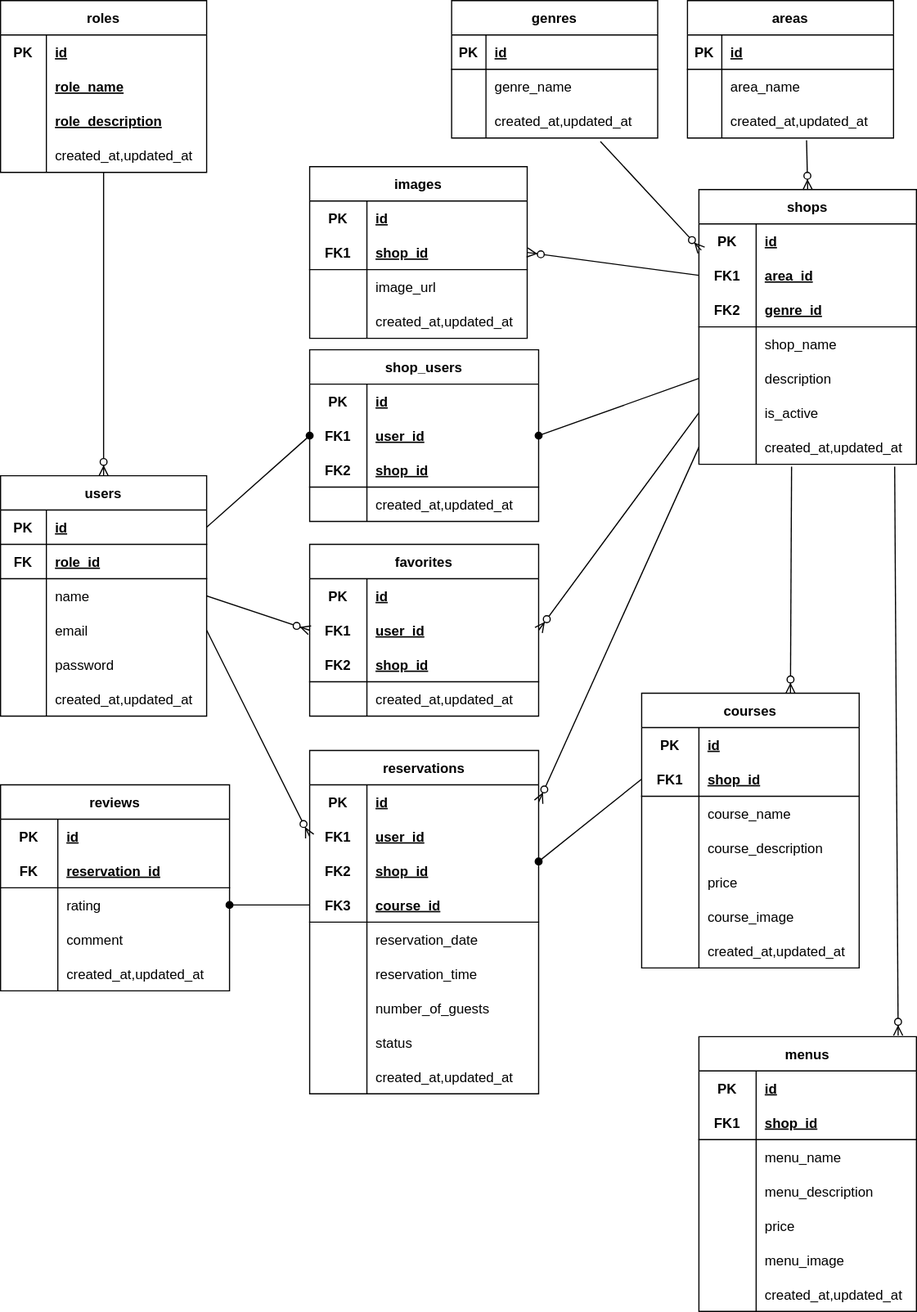
Above: er.drawio.svg in fujico23/rese-system (draw.io), before the change. Source tidied: cells renumbered, new cells last; positions are measured from the earlier drawing's top-left corner, leaving out a move shared by most shapes.
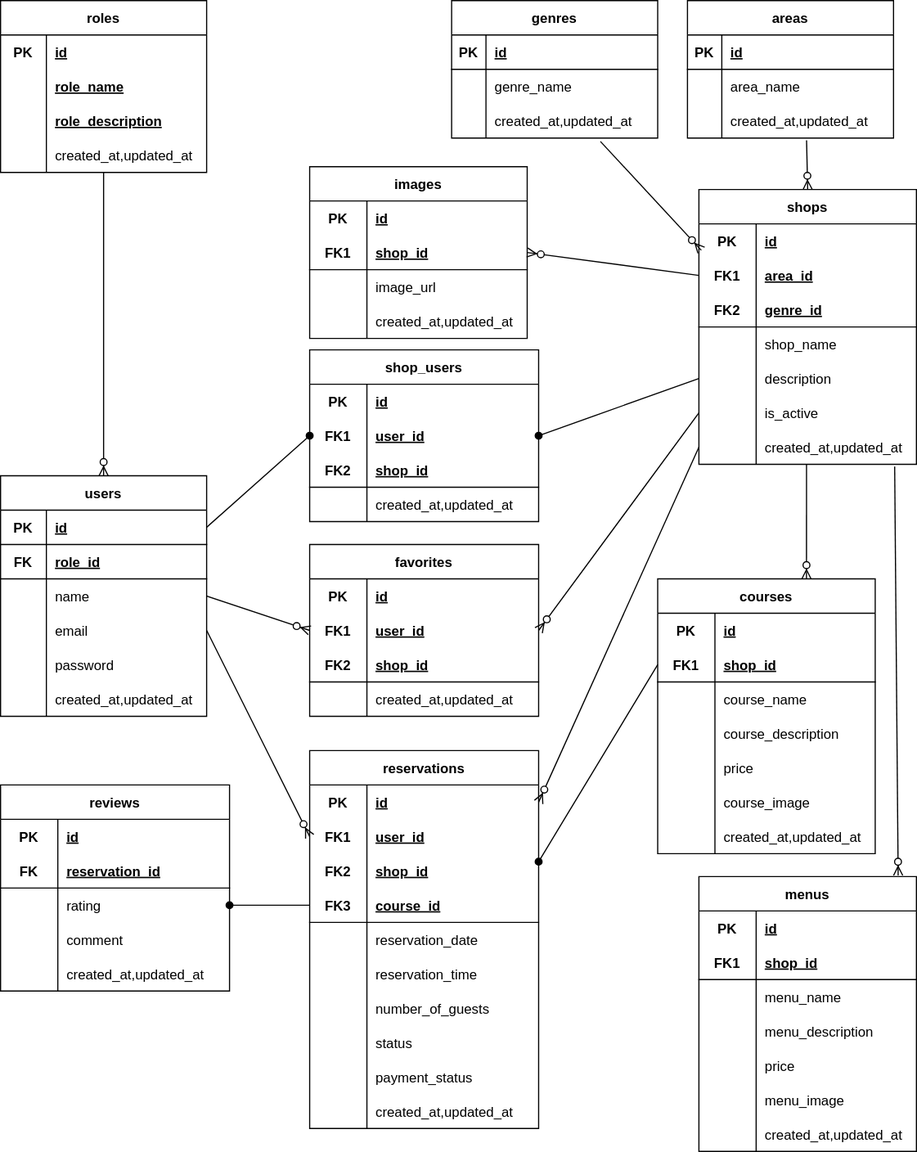
After the commit.

What changed in the source:
```diff
@@ -225,7 +225,7 @@
       <mxGeometry x="50" width="150" height="30" as="geometry" />
     </mxCell>
     <mxCell id="76" value="reservations" style="shape=table;startSize=30;rowLines=0;fontStyle=1;align=center;rounded=0;" parent="1" vertex="1">
-      <mxGeometry x="270" y="655" width="200" height="300" as="geometry" />
+      <mxGeometry x="270" y="655" width="200" height="330" as="geometry" />
     </mxCell>
     <mxCell id="77" style="shape=tableRow;horizontal=0;startSize=0;swimlaneHead=0;swimlaneBody=0;fillColor=none;points=[[0,0.5],[1,0.5]];portConstraint=eastwest;top=0;left=0;right=0;bottom=0;rounded=0;" parent="76" vertex="1">
       <mxGeometry y="30" width="200" height="30" as="geometry" />
@@ -299,8 +299,17 @@
     <mxCell id="100" value="status" style="shape=partialRectangle;fillColor=none;top=0;left=0;bottom=0;right=0;align=left;spacingLeft=6;overflow=hidden;rounded=0;" parent="98" vertex="1">
       <mxGeometry x="50" width="150" height="30" as="geometry" />
     </mxCell>
+    <mxCell id="217" style="shape=tableRow;horizontal=0;startSize=0;swimlaneHead=0;swimlaneBody=0;fillColor=none;top=0;left=0;right=0;bottom=0;rounded=0;" parent="76" vertex="1">
+      <mxGeometry y="270" width="200" height="30" as="geometry" />
+    </mxCell>
+    <mxCell id="218" style="shape=partialRectangle;fillColor=none;top=0;left=0;bottom=0;right=0;overflow=hidden;rounded=0;" parent="217" vertex="1">
+      <mxGeometry width="50" height="30" as="geometry" />
+    </mxCell>
+    <mxCell id="219" value="payment_status" style="shape=partialRectangle;fillColor=none;top=0;left=0;bottom=0;right=0;align=left;spacingLeft=6;overflow=hidden;rounded=0;" parent="217" vertex="1">
+      <mxGeometry x="50" width="150" height="30" as="geometry" />
+    </mxCell>
     <mxCell id="101" style="shape=tableRow;horizontal=0;startSize=0;swimlaneHead=0;swimlaneBody=0;fillColor=none;top=0;left=0;right=0;bottom=0;rounded=0;" parent="76" vertex="1">
-      <mxGeometry y="270" width="200" height="30" as="geometry" />
+      <mxGeometry y="300" width="200" height="30" as="geometry" />
     </mxCell>
     <mxCell id="102" style="shape=partialRectangle;fillColor=none;top=0;left=0;bottom=0;right=0;overflow=hidden;rounded=0;" parent="101" vertex="1">
       <mxGeometry width="50" height="30" as="geometry" />
@@ -504,7 +513,7 @@
       <mxGeometry relative="1" as="geometry" />
     </mxCell>
     <mxCell id="169" value="menus" style="shape=table;startSize=30;rowLines=0;fontStyle=1;align=center;rounded=0;" parent="1" vertex="1">
-      <mxGeometry x="610" y="905" width="190" height="240" as="geometry" />
+      <mxGeometry x="610" y="765" width="190" height="240" as="geometry" />
     </mxCell>
     <mxCell id="170" style="shape=tableRow;horizontal=0;startSize=0;swimlaneHead=0;swimlaneBody=0;fillColor=none;top=0;left=0;right=0;bottom=0;rounded=0;" parent="169" vertex="1">
       <mxGeometry y="30" width="190" height="30" as="geometry" />
@@ -576,7 +585,7 @@
       <mxGeometry relative="1" as="geometry" />
     </mxCell>
     <mxCell id="193" value="courses" style="shape=table;startSize=30;rowLines=0;fontStyle=1;align=center;rounded=0;" parent="1" vertex="1">
-      <mxGeometry x="560" y="605" width="190" height="240" as="geometry" />
+      <mxGeometry x="574" y="505" width="190" height="240" as="geometry" />
     </mxCell>
     <mxCell id="194" style="shape=tableRow;horizontal=0;startSize=0;swimlaneHead=0;swimlaneBody=0;fillColor=none;top=0;left=0;right=0;bottom=0;rounded=0;" parent="193" vertex="1">
       <mxGeometry y="30" width="190" height="30" as="geometry" />
@@ -644,8 +653,10 @@
     <mxCell id="215" style="fontSize=12;html=1;endArrow=oval;endFill=1;rounded=0;entryX=1;entryY=0.233;entryDx=0;entryDy=0;exitX=0;exitY=0.5;exitDx=0;exitDy=0;entryPerimeter=0;" parent="1" edge="1" source="197" target="83">
       <mxGeometry relative="1" as="geometry" />
     </mxCell>
-    <mxCell id="216" style="fontSize=12;html=1;endArrow=ERzeroToMany;endFill=1;rounded=0;entryX=0.684;entryY=0;entryDx=0;entryDy=0;exitX=0.426;exitY=1.067;exitDx=0;exitDy=0;exitPerimeter=0;entryPerimeter=0;" parent="1" edge="1" source="60" target="193">
-      <mxGeometry relative="1" as="geometry" />
+    <mxCell id="216" style="fontSize=12;html=1;endArrow=ERzeroToMany;endFill=1;rounded=0;entryX=0.684;entryY=0;entryDx=0;entryDy=0;entryPerimeter=0;" parent="1" edge="1" target="193">
+      <mxGeometry relative="1" as="geometry">
+        <mxPoint x="704" y="405" as="sourcePoint" />
+      </mxGeometry>
     </mxCell>
   </root>
 </mxGraphModel>
```
